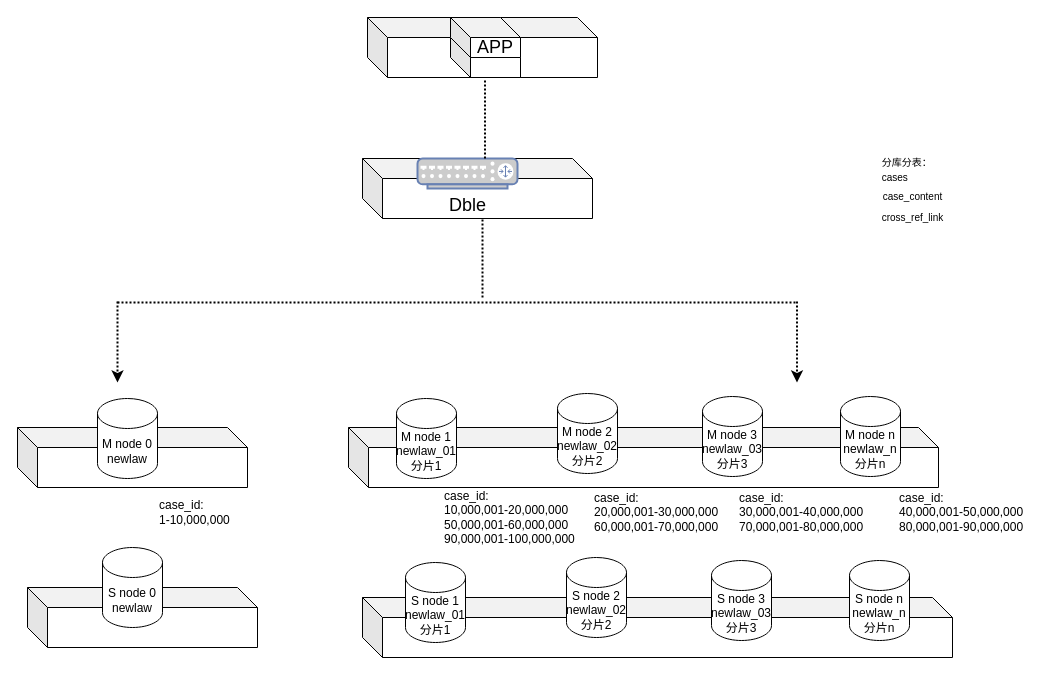
The draw.io diagram dble.drawio in leiting6/diagrams, before the edit. Source tidied: cells renumbered, new cells numbered last; positions are measured from the earlier drawing's top-left corner, leaving out a move shared by most shapes. Both pictures are drawn from the tidied source at 100%, with x=0, y=0 at pixel (17, 17).
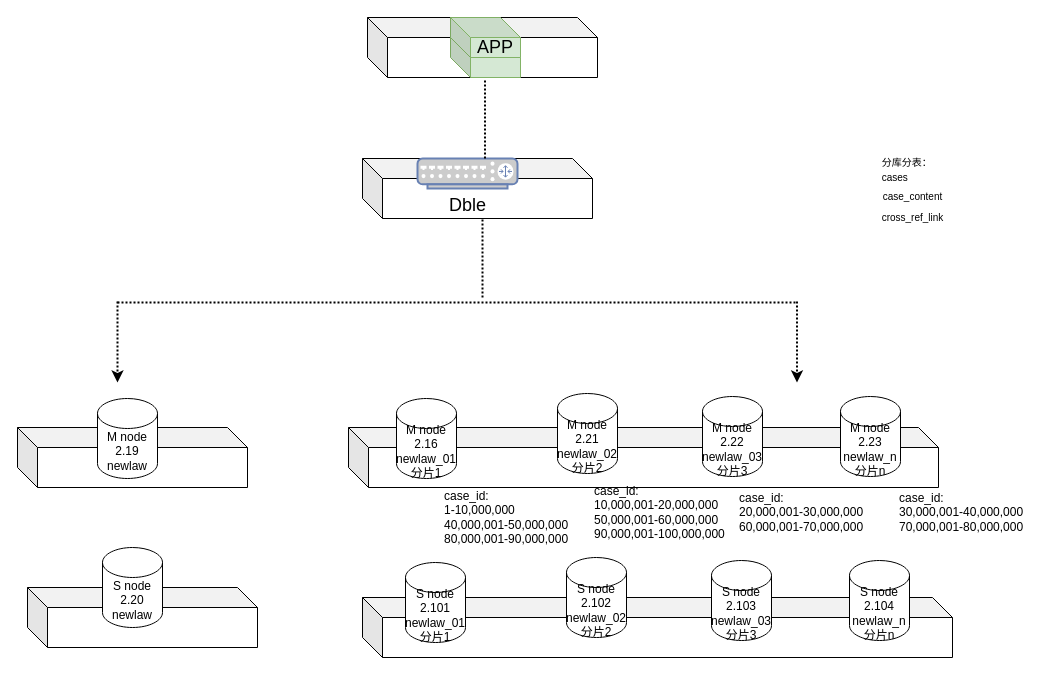
The same page after the edit.

Diff of the diagram source:
```diff
@@
-    <mxCell id="3" value="M node 2&lt;br&gt;newlaw_02&lt;br&gt;分片2" style="shape=cylinder3;whiteSpace=wrap;html=1;boundedLbl=1;backgroundOutline=1;size=15;" parent="1" vertex="1">
+    <mxCell id="3" value="M node 2.21&lt;br&gt;newlaw_02&lt;br&gt;分片2" style="shape=cylinder3;whiteSpace=wrap;html=1;boundedLbl=1;backgroundOutline=1;size=15;" parent="1" vertex="1">
       <mxGeometry x="540" y="376" width="60" height="80" as="geometry" />
     </mxCell>
-    <mxCell id="4" value="M node 3&lt;br&gt;newlaw_03&lt;br&gt;分片3" style="shape=cylinder3;whiteSpace=wrap;html=1;boundedLbl=1;backgroundOutline=1;size=15;" parent="1" vertex="1">
+    <mxCell id="4" value="M node 2.22&lt;br&gt;newlaw_03&lt;br&gt;分片3" style="shape=cylinder3;whiteSpace=wrap;html=1;boundedLbl=1;backgroundOutline=1;size=15;" parent="1" vertex="1">
       <mxGeometry x="685" y="379" width="60" height="80" as="geometry" />
     </mxCell>
-    <mxCell id="5" value="M node n&lt;br&gt;newlaw_n&lt;br&gt;分片n" style="shape=cylinder3;whiteSpace=wrap;html=1;boundedLbl=1;backgroundOutline=1;size=15;" parent="1" vertex="1">
+    <mxCell id="5" value="M node 2.23&lt;br&gt;newlaw_n&lt;br&gt;分片n" style="shape=cylinder3;whiteSpace=wrap;html=1;boundedLbl=1;backgroundOutline=1;size=15;" parent="1" vertex="1">
       <mxGeometry x="823" y="379" width="60" height="80" as="geometry" />
     </mxCell>
-    <mxCell id="6" value="M node 1&lt;br&gt;newlaw_01&lt;br&gt;分片1" style="shape=cylinder3;whiteSpace=wrap;html=1;boundedLbl=1;backgroundOutline=1;size=15;" parent="1" vertex="1">
+    <mxCell id="6" value="M node 2.16&lt;br&gt;newlaw_01&lt;br&gt;分片1" style="shape=cylinder3;whiteSpace=wrap;html=1;boundedLbl=1;backgroundOutline=1;size=15;" parent="1" vertex="1">
       <mxGeometry x="379" y="381" width="60" height="80" as="geometry" />
     </mxCell>
@@
-    <mxCell id="8" value="M node 0&lt;br&gt;newlaw" style="shape=cylinder3;whiteSpace=wrap;html=1;boundedLbl=1;backgroundOutline=1;size=15;" parent="1" vertex="1">
+    <mxCell id="8" value="M node 2.19&lt;br&gt;newlaw" style="shape=cylinder3;whiteSpace=wrap;html=1;boundedLbl=1;backgroundOutline=1;size=15;" parent="1" vertex="1">
       <mxGeometry x="80" y="381" width="60" height="80" as="geometry" />
     </mxCell>
-    <mxCell id="9" value="case_id:&lt;br&gt;1-10,000,000" style="text;html=1;align=left;verticalAlign=middle;rounded=0;" parent="1" vertex="1">
-      <mxGeometry x="140" y="480" width="90" height="30" as="geometry" />
-    </mxCell>
-    <mxCell id="10" value="case_id:&lt;br&gt;10,000,001-20,000,000&lt;br&gt;50,000,001-60,000,000&lt;br&gt;90,000,001-100,000,000" style="text;html=1;align=left;verticalAlign=middle;fillColor=none;strokeColor=none;rounded=0;" parent="1" vertex="1">
-      <mxGeometry x="425" y="470" width="150" height="60" as="geometry" />
+    <mxCell id="10" value="case_id:&lt;br&gt;1-10,000,000&lt;br&gt;40,000,001-50,000,000&lt;br&gt;80,000,001-90,000,000" style="text;html=1;align=left;verticalAlign=middle;fillColor=none;strokeColor=none;rounded=0;" parent="1" vertex="1">
+      <mxGeometry x="425" y="470" width="140" height="60" as="geometry" />
     </mxCell>
-    <mxCell id="11" value="case_id:&lt;br&gt;20,000,001-30,000,000&lt;br&gt;60,000,001-70,000,000" style="text;html=1;align=left;verticalAlign=middle;fillColor=none;strokeColor=none;rounded=0;" parent="1" vertex="1">
-      <mxGeometry x="575" y="470" width="140" height="50" as="geometry" />
+    <mxCell id="11" value="case_id:&lt;br&gt;10,000,001-20,000,000&lt;br&gt;50,000,001-60,000,000&lt;br&gt;90,000,001-100,000,000" style="text;html=1;align=left;verticalAlign=middle;fillColor=none;strokeColor=none;rounded=0;" parent="1" vertex="1">
+      <mxGeometry x="575" y="465" width="150" height="60" as="geometry" />
     </mxCell>
-    <mxCell id="12" value="case_id:&lt;br&gt;30,000,001-40,000,000&lt;br&gt;70,000,001-80,000,000" style="text;html=1;align=left;verticalAlign=middle;fillColor=none;strokeColor=none;rounded=0;" parent="1" vertex="1">
+    <mxCell id="12" value="case_id:&lt;br&gt;20,000,001-30,000,000&lt;br&gt;60,000,001-70,000,000" style="text;html=1;align=left;verticalAlign=middle;fillColor=none;strokeColor=none;rounded=0;" parent="1" vertex="1">
       <mxGeometry x="720" y="470" width="140" height="50" as="geometry" />
     </mxCell>
-    <mxCell id="13" value="case_id:&lt;br&gt;40,000,001-50,000,000&lt;br&gt;80,000,001-90,000,000" style="text;html=1;align=left;verticalAlign=middle;fillColor=none;strokeColor=none;rounded=0;" parent="1" vertex="1">
+    <mxCell id="13" value="case_id:&lt;br&gt;30,000,001-40,000,000&lt;br&gt;70,000,001-80,000,000" style="text;html=1;align=left;verticalAlign=middle;fillColor=none;strokeColor=none;rounded=0;" parent="1" vertex="1">
       <mxGeometry x="880" y="470" width="140" height="50" as="geometry" />
     </mxCell>
@@
-    <mxCell id="15" value="S node 0&lt;br&gt;newlaw" style="shape=cylinder3;whiteSpace=wrap;html=1;boundedLbl=1;backgroundOutline=1;size=15;" parent="1" vertex="1">
+    <mxCell id="15" value="S node 2.20&lt;br&gt;newlaw" style="shape=cylinder3;whiteSpace=wrap;html=1;boundedLbl=1;backgroundOutline=1;size=15;" parent="1" vertex="1">
       <mxGeometry x="85" y="530" width="60" height="80" as="geometry" />
     </mxCell>
@@
-    <mxCell id="17" value="S node 2&lt;br&gt;newlaw_02&lt;br&gt;分片2" style="shape=cylinder3;whiteSpace=wrap;html=1;boundedLbl=1;backgroundOutline=1;size=15;" parent="1" vertex="1">
+    <mxCell id="17" value="S node 2.102&lt;br&gt;newlaw_02&lt;br&gt;分片2" style="shape=cylinder3;whiteSpace=wrap;html=1;boundedLbl=1;backgroundOutline=1;size=15;" parent="1" vertex="1">
       <mxGeometry x="549" y="540" width="60" height="80" as="geometry" />
     </mxCell>
-    <mxCell id="18" value="S node 3&lt;br&gt;newlaw_03&lt;br&gt;分片3" style="shape=cylinder3;whiteSpace=wrap;html=1;boundedLbl=1;backgroundOutline=1;size=15;" parent="1" vertex="1">
+    <mxCell id="18" value="S node 2.103&lt;br&gt;newlaw_03&lt;br&gt;分片3" style="shape=cylinder3;whiteSpace=wrap;html=1;boundedLbl=1;backgroundOutline=1;size=15;" parent="1" vertex="1">
       <mxGeometry x="694" y="543" width="60" height="80" as="geometry" />
     </mxCell>
-    <mxCell id="19" value="S node n&lt;br&gt;newlaw_n&lt;br&gt;分片n" style="shape=cylinder3;whiteSpace=wrap;html=1;boundedLbl=1;backgroundOutline=1;size=15;" parent="1" vertex="1">
+    <mxCell id="19" value="S node 2.104&lt;br&gt;newlaw_n&lt;br&gt;分片n" style="shape=cylinder3;whiteSpace=wrap;html=1;boundedLbl=1;backgroundOutline=1;size=15;" parent="1" vertex="1">
       <mxGeometry x="832" y="543" width="60" height="80" as="geometry" />
     </mxCell>
-    <mxCell id="20" value="S node 1&lt;br&gt;newlaw_01&lt;br&gt;分片1" style="shape=cylinder3;whiteSpace=wrap;html=1;boundedLbl=1;backgroundOutline=1;size=15;" parent="1" vertex="1">
+    <mxCell id="20" value="S node 2.101&lt;br&gt;newlaw_01&lt;br&gt;分片1" style="shape=cylinder3;whiteSpace=wrap;html=1;boundedLbl=1;backgroundOutline=1;size=15;" parent="1" vertex="1">
       <mxGeometry x="388" y="545" width="60" height="80" as="geometry" />
     </mxCell>
@@
-    <mxCell id="27" style="shape=cube;whiteSpace=wrap;html=1;boundedLbl=1;backgroundOutline=1;darkOpacity=0.05;darkOpacity2=0.1;" parent="1" vertex="1">
+    <mxCell id="27" style="shape=cube;whiteSpace=wrap;html=1;boundedLbl=1;backgroundOutline=1;darkOpacity=0.05;darkOpacity2=0.1;fillColor=#d5e8d4;strokeColor=#82b366;" parent="1" vertex="1">
       <mxGeometry x="433" y="20" width="70" height="40" as="geometry" />
     </mxCell>
-    <mxCell id="28" value="&lt;font style=&quot;font-size: 18px&quot;&gt;APP&lt;/font&gt;" style="shape=cube;whiteSpace=wrap;html=1;boundedLbl=1;backgroundOutline=1;darkOpacity=0.05;darkOpacity2=0.1;" parent="1" vertex="1">
+    <mxCell id="28" value="&lt;font style=&quot;font-size: 18px&quot;&gt;APP&lt;/font&gt;" style="shape=cube;whiteSpace=wrap;html=1;boundedLbl=1;backgroundOutline=1;darkOpacity=0.05;darkOpacity2=0.1;fillColor=#d5e8d4;strokeColor=#82b366;" parent="1" vertex="1">
       <mxGeometry x="433" width="70" height="40" as="geometry" />
     </mxCell>
```
